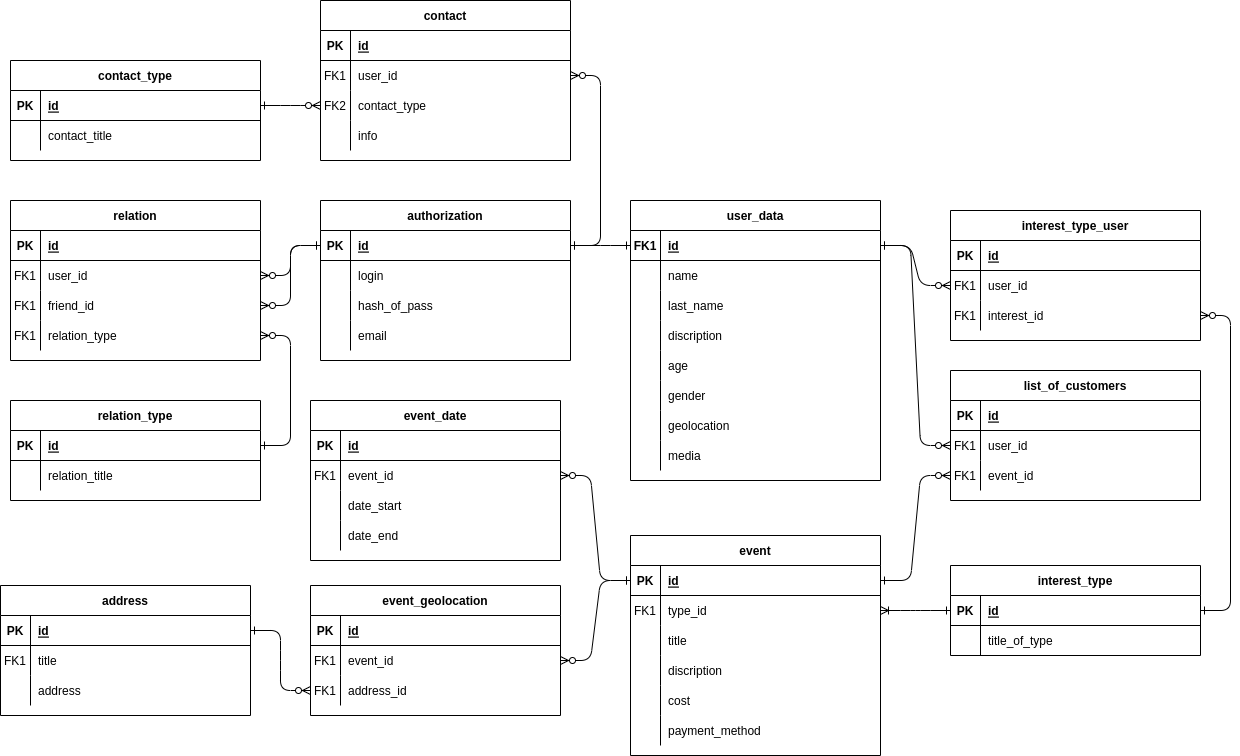
Earlier version of the draw.io export dataAboutDB/DBForInternship.drawio.png (krilop/PFP-PeopleForPeople). Source tidied: cells renumbered, new cells last; positions are measured from the earlier drawing's top-left corner, leaving out a move shared by most shapes.
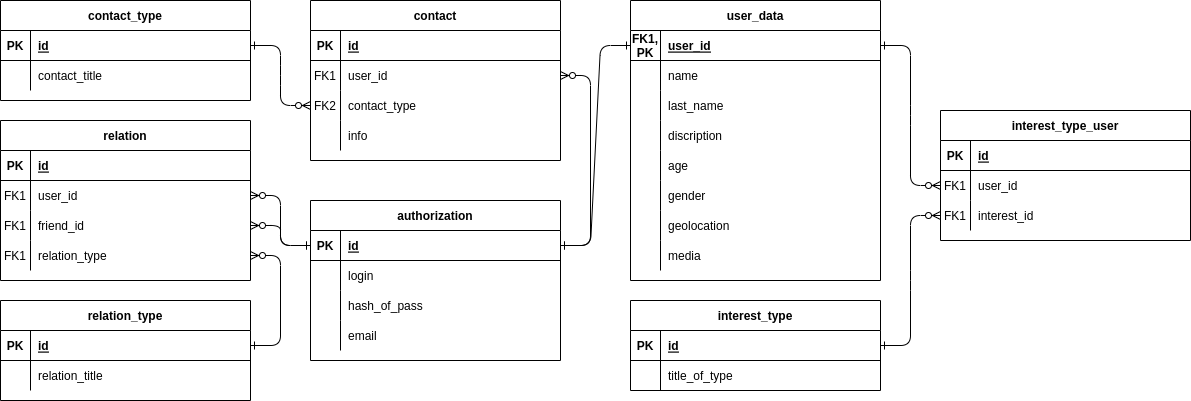
Above is the later version.

Diff of the diagram source:
```diff
@@ -8,3 +8,3 @@
     <mxCell id="3" value="interest_type_user" style="shape=table;startSize=30;rowLines=0;fontStyle=1;align=center;" parent="1" vertex="1">
-      <mxGeometry x="950" y="210" width="250" height="130" as="geometry" />
+      <mxGeometry x="950" y="110" width="250" height="130" as="geometry" />
     </mxCell>
@@ -77,3 +77,3 @@
     <mxCell id="26" value="interest_type" style="shape=table;startSize=30;rowLines=0;fontStyle=1;align=center;" parent="1" vertex="1">
-      <mxGeometry x="950" y="565" width="250" height="90" as="geometry" />
+      <mxGeometry x="640" y="300" width="250" height="90" as="geometry" />
     </mxCell>
@@ -97,61 +97,4 @@
     </mxCell>
-    <mxCell id="33" value="event" style="shape=table;startSize=30;rowLines=0;fontStyle=1;align=center;" parent="1" vertex="1">
-      <mxGeometry x="630" y="535" width="250" height="220" as="geometry" />
-    </mxCell>
-    <mxCell id="34" style="shape=partialRectangle;fillColor=none;points=[[0,0.5],[1,0.5]];portConstraint=eastwest;top=0;left=0;right=0;bottom=1;" parent="33" vertex="1">
-      <mxGeometry y="30" width="250" height="30" as="geometry" />
-    </mxCell>
-    <mxCell id="35" value="PK" style="shape=partialRectangle;overflow=hidden;fillColor=none;top=0;left=0;bottom=0;right=0;fontStyle=1;" parent="34" vertex="1">
-      <mxGeometry width="30" height="30" as="geometry" />
-    </mxCell>
-    <mxCell id="36" value="id" style="shape=partialRectangle;overflow=hidden;fillColor=none;top=0;left=0;bottom=0;right=0;align=left;spacingLeft=6;fontStyle=5;" parent="34" vertex="1">
-      <mxGeometry x="30" width="220" height="30" as="geometry" />
-    </mxCell>
-    <mxCell id="37" style="shape=partialRectangle;fillColor=none;points=[[0,0.5],[1,0.5]];portConstraint=eastwest;top=0;left=0;right=0;bottom=0;" parent="33" vertex="1">
-      <mxGeometry y="60" width="250" height="30" as="geometry" />
-    </mxCell>
-    <mxCell id="38" value="FK1" style="shape=partialRectangle;overflow=hidden;fillColor=none;top=0;left=0;bottom=0;right=0;" parent="37" vertex="1">
-      <mxGeometry width="30" height="30" as="geometry" />
-    </mxCell>
-    <mxCell id="39" value="type_id" style="shape=partialRectangle;overflow=hidden;fillColor=none;top=0;left=0;bottom=0;right=0;align=left;spacingLeft=6;" parent="37" vertex="1">
-      <mxGeometry x="30" width="220" height="30" as="geometry" />
-    </mxCell>
-    <mxCell id="40" style="shape=partialRectangle;fillColor=none;top=0;left=0;right=0;bottom=0;" parent="33" vertex="1">
-      <mxGeometry y="90" width="250" height="30" as="geometry" />
-    </mxCell>
-    <mxCell id="41" style="shape=partialRectangle;overflow=hidden;fillColor=none;top=0;left=0;bottom=0;right=0;" parent="40" vertex="1">
-      <mxGeometry width="30" height="30" as="geometry" />
-    </mxCell>
-    <mxCell id="42" value="title" style="shape=partialRectangle;overflow=hidden;fillColor=none;top=0;left=0;bottom=0;right=0;align=left;spacingLeft=6;" parent="40" vertex="1">
-      <mxGeometry x="30" width="220" height="30" as="geometry" />
-    </mxCell>
-    <mxCell id="43" style="shape=partialRectangle;fillColor=none;top=0;left=0;right=0;bottom=0;" parent="33" vertex="1">
-      <mxGeometry y="120" width="250" height="30" as="geometry" />
-    </mxCell>
-    <mxCell id="44" style="shape=partialRectangle;overflow=hidden;fillColor=none;top=0;left=0;bottom=0;right=0;" parent="43" vertex="1">
-      <mxGeometry width="30" height="30" as="geometry" />
-    </mxCell>
-    <mxCell id="45" value="discription" style="shape=partialRectangle;overflow=hidden;fillColor=none;top=0;left=0;bottom=0;right=0;align=left;spacingLeft=6;" parent="43" vertex="1">
-      <mxGeometry x="30" width="220" height="30" as="geometry" />
-    </mxCell>
-    <mxCell id="46" style="shape=partialRectangle;fillColor=none;top=0;left=0;right=0;bottom=0;" parent="33" vertex="1">
-      <mxGeometry y="150" width="250" height="30" as="geometry" />
-    </mxCell>
-    <mxCell id="47" style="shape=partialRectangle;overflow=hidden;fillColor=none;top=0;left=0;bottom=0;right=0;" parent="46" vertex="1">
-      <mxGeometry width="30" height="30" as="geometry" />
-    </mxCell>
-    <mxCell id="48" value="cost" style="shape=partialRectangle;overflow=hidden;fillColor=none;top=0;left=0;bottom=0;right=0;align=left;spacingLeft=6;" parent="46" vertex="1">
-      <mxGeometry x="30" width="220" height="30" as="geometry" />
-    </mxCell>
-    <mxCell id="49" style="shape=partialRectangle;fillColor=none;top=0;left=0;right=0;bottom=0;" parent="33" vertex="1">
-      <mxGeometry y="180" width="250" height="30" as="geometry" />
-    </mxCell>
-    <mxCell id="50" style="shape=partialRectangle;overflow=hidden;fillColor=none;top=0;left=0;bottom=0;right=0;" parent="49" vertex="1">
-      <mxGeometry width="30" height="30" as="geometry" />
-    </mxCell>
-    <mxCell id="51" value="payment_method" style="shape=partialRectangle;overflow=hidden;fillColor=none;top=0;left=0;bottom=0;right=0;align=left;spacingLeft=6;" parent="49" vertex="1">
-      <mxGeometry x="30" width="220" height="30" as="geometry" />
-    </mxCell>
     <mxCell id="52" value="relation" style="shape=table;startSize=30;rowLines=0;fontStyle=1;align=center;fillStyle=solid;" parent="1" vertex="1">
-      <mxGeometry x="10" y="200" width="250" height="160" as="geometry" />
+      <mxGeometry x="10" y="120" width="250" height="160" as="geometry" />
     </mxCell>
@@ -199,154 +142,3 @@
     </mxCell>
-    <mxCell id="67" value="list_of_customers" style="shape=table;startSize=30;rowLines=0;fontStyle=1;align=center;" parent="1" vertex="1">
-      <mxGeometry x="950" y="370" width="250" height="130" as="geometry" />
-    </mxCell>
-    <mxCell id="68" style="shape=partialRectangle;fillColor=none;top=0;left=0;right=0;bottom=1;" parent="67" vertex="1">
-      <mxGeometry y="30" width="250" height="30" as="geometry" />
-    </mxCell>
-    <mxCell id="69" value="PK" style="shape=partialRectangle;overflow=hidden;fillColor=none;top=0;left=0;bottom=0;right=0;fontStyle=1;" parent="68" vertex="1">
-      <mxGeometry width="30" height="30" as="geometry" />
-    </mxCell>
-    <mxCell id="70" value="id" style="shape=partialRectangle;overflow=hidden;fillColor=none;top=0;left=0;bottom=0;right=0;align=left;spacingLeft=6;fontStyle=5;" parent="68" vertex="1">
-      <mxGeometry x="30" width="220" height="30" as="geometry" />
-    </mxCell>
-    <mxCell id="71" style="shape=partialRectangle;fillColor=none;points=[[0,0.5],[1,0.5]];portConstraint=eastwest;top=0;left=0;right=0;bottom=0;" parent="67" vertex="1">
-      <mxGeometry y="60" width="250" height="30" as="geometry" />
-    </mxCell>
-    <mxCell id="72" value="FK1" style="shape=partialRectangle;overflow=hidden;fillColor=none;top=0;left=0;bottom=0;right=0;" parent="71" vertex="1">
-      <mxGeometry width="30" height="30" as="geometry" />
-    </mxCell>
-    <mxCell id="73" value="user_id" style="shape=partialRectangle;overflow=hidden;fillColor=none;top=0;left=0;bottom=0;right=0;align=left;spacingLeft=6;" parent="71" vertex="1">
-      <mxGeometry x="30" width="220" height="30" as="geometry" />
-    </mxCell>
-    <mxCell id="74" style="shape=partialRectangle;fillColor=none;points=[[0,0.5],[1,0.5]];portConstraint=eastwest;top=0;left=0;right=0;bottom=0;" parent="67" vertex="1">
-      <mxGeometry y="90" width="250" height="30" as="geometry" />
-    </mxCell>
-    <mxCell id="75" value="FK1" style="shape=partialRectangle;overflow=hidden;fillColor=none;top=0;left=0;bottom=0;right=0;" parent="74" vertex="1">
-      <mxGeometry width="30" height="30" as="geometry" />
-    </mxCell>
-    <mxCell id="76" value="event_id" style="shape=partialRectangle;overflow=hidden;fillColor=none;top=0;left=0;bottom=0;right=0;align=left;spacingLeft=6;" parent="74" vertex="1">
-      <mxGeometry x="30" width="220" height="30" as="geometry" />
-    </mxCell>
-    <mxCell id="77" style="edgeStyle=entityRelationEdgeStyle;rounded=1;jettySize=auto;html=1;exitX=1;exitY=0.5;exitDx=0;exitDy=0;entryX=0;entryY=0.5;entryDx=0;entryDy=0;strokeColor=default;align=center;verticalAlign=middle;fontFamily=Helvetica;fontSize=11;fontColor=default;labelBackgroundColor=default;startArrow=ERone;startFill=0;endArrow=ERzeroToMany;endFill=1;" parent="1" edge="1" source="139" target="71">
-      <mxGeometry relative="1" as="geometry" />
-    </mxCell>
-    <mxCell id="78" style="edgeStyle=entityRelationEdgeStyle;rounded=1;jettySize=auto;html=1;exitX=1;exitY=0.5;exitDx=0;exitDy=0;strokeColor=default;align=center;verticalAlign=middle;fontFamily=Helvetica;fontSize=11;fontColor=default;labelBackgroundColor=default;startArrow=ERone;startFill=0;endArrow=ERzeroToMany;endFill=1;entryX=0;entryY=0.5;entryDx=0;entryDy=0;" parent="1" edge="1" source="34" target="74">
-      <mxGeometry relative="1" as="geometry" />
-    </mxCell>
-    <mxCell id="79" style="edgeStyle=entityRelationEdgeStyle;rounded=1;jettySize=auto;html=1;exitX=1;exitY=0.5;exitDx=0;exitDy=0;entryX=0;entryY=0.5;entryDx=0;entryDy=0;strokeColor=default;align=center;verticalAlign=middle;fontFamily=Helvetica;fontSize=11;fontColor=default;labelBackgroundColor=default;startArrow=ERoneToMany;startFill=0;endArrow=ERone;endFill=0;" parent="1" edge="1" source="37" target="27">
-      <mxGeometry relative="1" as="geometry">
-        <Array as="points">
-          <mxPoint x="640" y="650" />
-        </Array>
-      </mxGeometry>
-    </mxCell>
-    <mxCell id="80" value="event_date" style="shape=table;startSize=30;rowLines=0;fontStyle=1;align=center;" parent="1" vertex="1">
-      <mxGeometry x="310" y="400" width="250" height="160" as="geometry" />
-    </mxCell>
-    <mxCell id="81" style="shape=partialRectangle;fillColor=none;top=0;left=0;right=0;bottom=1;" parent="80" vertex="1">
-      <mxGeometry y="30" width="250" height="30" as="geometry" />
-    </mxCell>
-    <mxCell id="82" value="PK" style="shape=partialRectangle;overflow=hidden;fillColor=none;top=0;left=0;bottom=0;right=0;fontStyle=1;" parent="81" vertex="1">
-      <mxGeometry width="30" height="30" as="geometry" />
-    </mxCell>
-    <mxCell id="83" value="id" style="shape=partialRectangle;overflow=hidden;fillColor=none;top=0;left=0;bottom=0;right=0;align=left;spacingLeft=6;fontStyle=5;" parent="81" vertex="1">
-      <mxGeometry x="30" width="220" height="30" as="geometry" />
-    </mxCell>
-    <mxCell id="84" style="shape=partialRectangle;fillColor=none;points=[[0,0.5],[1,0.5]];portConstraint=eastwest;top=0;left=0;right=0;bottom=0;" parent="80" vertex="1">
-      <mxGeometry y="60" width="250" height="30" as="geometry" />
-    </mxCell>
-    <mxCell id="85" value="FK1" style="shape=partialRectangle;overflow=hidden;fillColor=none;top=0;left=0;bottom=0;right=0;" parent="84" vertex="1">
-      <mxGeometry width="30" height="30" as="geometry" />
-    </mxCell>
-    <mxCell id="86" value="event_id" style="shape=partialRectangle;overflow=hidden;fillColor=none;top=0;left=0;bottom=0;right=0;align=left;spacingLeft=6;" parent="84" vertex="1">
-      <mxGeometry x="30" width="220" height="30" as="geometry" />
-    </mxCell>
-    <mxCell id="87" style="shape=partialRectangle;fillColor=none;top=0;left=0;right=0;bottom=0;" parent="80" vertex="1">
-      <mxGeometry y="90" width="250" height="30" as="geometry" />
-    </mxCell>
-    <mxCell id="88" style="shape=partialRectangle;overflow=hidden;fillColor=none;top=0;left=0;bottom=0;right=0;" parent="87" vertex="1">
-      <mxGeometry width="30" height="30" as="geometry" />
-    </mxCell>
-    <mxCell id="89" value="date_start" style="shape=partialRectangle;overflow=hidden;fillColor=none;top=0;left=0;bottom=0;right=0;align=left;spacingLeft=6;" parent="87" vertex="1">
-      <mxGeometry x="30" width="220" height="30" as="geometry" />
-    </mxCell>
-    <mxCell id="90" style="shape=partialRectangle;fillColor=none;top=0;left=0;right=0;bottom=0;" parent="80" vertex="1">
-      <mxGeometry y="120" width="250" height="30" as="geometry" />
-    </mxCell>
-    <mxCell id="91" style="shape=partialRectangle;overflow=hidden;fillColor=none;top=0;left=0;bottom=0;right=0;" parent="90" vertex="1">
-      <mxGeometry width="30" height="30" as="geometry" />
-    </mxCell>
-    <mxCell id="92" value="date_end" style="shape=partialRectangle;overflow=hidden;fillColor=none;top=0;left=0;bottom=0;right=0;align=left;spacingLeft=6;" parent="90" vertex="1">
-      <mxGeometry x="30" width="220" height="30" as="geometry" />
-    </mxCell>
-    <mxCell id="93" style="edgeStyle=entityRelationEdgeStyle;rounded=1;jettySize=auto;html=1;exitX=0;exitY=0.5;exitDx=0;exitDy=0;entryX=1;entryY=0.5;entryDx=0;entryDy=0;strokeColor=default;align=center;verticalAlign=middle;fontFamily=Helvetica;fontSize=11;fontColor=default;labelBackgroundColor=default;startArrow=ERone;startFill=0;endArrow=ERzeroToMany;endFill=1;" parent="1" edge="1" source="34" target="84">
-      <mxGeometry relative="1" as="geometry" />
-    </mxCell>
-    <mxCell id="94" value="event_geolocation" style="shape=table;startSize=30;rowLines=0;fontStyle=1;align=center;" parent="1" vertex="1">
-      <mxGeometry x="310" y="585" width="250" height="130" as="geometry" />
-    </mxCell>
-    <mxCell id="95" style="shape=partialRectangle;fillColor=none;top=0;left=0;right=0;bottom=1;" parent="94" vertex="1">
-      <mxGeometry y="30" width="250" height="30" as="geometry" />
-    </mxCell>
-    <mxCell id="96" value="PK" style="shape=partialRectangle;overflow=hidden;fillColor=none;top=0;left=0;bottom=0;right=0;fontStyle=1;" parent="95" vertex="1">
-      <mxGeometry width="30" height="30" as="geometry" />
-    </mxCell>
-    <mxCell id="97" value="id" style="shape=partialRectangle;overflow=hidden;fillColor=none;top=0;left=0;bottom=0;right=0;align=left;spacingLeft=6;fontStyle=5;" parent="95" vertex="1">
-      <mxGeometry x="30" width="220" height="30" as="geometry" />
-    </mxCell>
-    <mxCell id="98" style="shape=partialRectangle;fillColor=none;points=[[0,0.5],[1,0.5]];portConstraint=eastwest;top=0;left=0;right=0;bottom=0;" parent="94" vertex="1">
-      <mxGeometry y="60" width="250" height="30" as="geometry" />
-    </mxCell>
-    <mxCell id="99" value="FK1" style="shape=partialRectangle;overflow=hidden;fillColor=none;top=0;left=0;bottom=0;right=0;" parent="98" vertex="1">
-      <mxGeometry width="30" height="30" as="geometry" />
-    </mxCell>
-    <mxCell id="100" value="event_id" style="shape=partialRectangle;overflow=hidden;fillColor=none;top=0;left=0;bottom=0;right=0;align=left;spacingLeft=6;" parent="98" vertex="1">
-      <mxGeometry x="30" width="220" height="30" as="geometry" />
-    </mxCell>
-    <mxCell id="101" style="shape=partialRectangle;fillColor=none;points=[[0,0.5],[1,0.5]];portConstraint=eastwest;top=0;left=0;right=0;bottom=0;" parent="94" vertex="1">
-      <mxGeometry y="90" width="250" height="30" as="geometry" />
-    </mxCell>
-    <mxCell id="102" value="FK1" style="shape=partialRectangle;overflow=hidden;fillColor=none;top=0;left=0;bottom=0;right=0;" parent="101" vertex="1">
-      <mxGeometry width="30" height="30" as="geometry" />
-    </mxCell>
-    <mxCell id="103" value="address_id" style="shape=partialRectangle;overflow=hidden;fillColor=none;top=0;left=0;bottom=0;right=0;align=left;spacingLeft=6;" parent="101" vertex="1">
-      <mxGeometry x="30" width="220" height="30" as="geometry" />
-    </mxCell>
-    <mxCell id="104" style="edgeStyle=entityRelationEdgeStyle;rounded=1;jettySize=auto;html=1;exitX=0;exitY=0.5;exitDx=0;exitDy=0;entryX=1;entryY=0.5;entryDx=0;entryDy=0;strokeColor=default;align=center;verticalAlign=middle;fontFamily=Helvetica;fontSize=11;fontColor=default;labelBackgroundColor=default;startArrow=ERone;startFill=0;endArrow=ERzeroToMany;endFill=1;" parent="1" edge="1" source="34" target="98">
-      <mxGeometry relative="1" as="geometry" />
-    </mxCell>
-    <mxCell id="105" value="address" style="shape=table;startSize=30;rowLines=0;fontStyle=1;align=center;" parent="1" vertex="1">
-      <mxGeometry y="585" width="250" height="130" as="geometry" />
-    </mxCell>
-    <mxCell id="106" style="shape=partialRectangle;fillColor=none;points=[[0,0.5],[1,0.5]];portConstraint=eastwest;top=0;left=0;right=0;bottom=1;" parent="105" vertex="1">
-      <mxGeometry y="30" width="250" height="30" as="geometry" />
-    </mxCell>
-    <mxCell id="107" value="PK" style="shape=partialRectangle;overflow=hidden;fillColor=none;top=0;left=0;bottom=0;right=0;fontStyle=1;" parent="106" vertex="1">
-      <mxGeometry width="30" height="30" as="geometry" />
-    </mxCell>
-    <mxCell id="108" value="id" style="shape=partialRectangle;overflow=hidden;fillColor=none;top=0;left=0;bottom=0;right=0;align=left;spacingLeft=6;fontStyle=5;" parent="106" vertex="1">
-      <mxGeometry x="30" width="220" height="30" as="geometry" />
-    </mxCell>
-    <mxCell id="109" style="shape=partialRectangle;fillColor=none;top=0;left=0;right=0;bottom=0;" parent="105" vertex="1">
-      <mxGeometry y="60" width="250" height="30" as="geometry" />
-    </mxCell>
-    <mxCell id="110" value="FK1" style="shape=partialRectangle;overflow=hidden;fillColor=none;top=0;left=0;bottom=0;right=0;" parent="109" vertex="1">
-      <mxGeometry width="30" height="30" as="geometry" />
-    </mxCell>
-    <mxCell id="111" value="title" style="shape=partialRectangle;overflow=hidden;fillColor=none;top=0;left=0;bottom=0;right=0;align=left;spacingLeft=6;" parent="109" vertex="1">
-      <mxGeometry x="30" width="220" height="30" as="geometry" />
-    </mxCell>
-    <mxCell id="112" style="shape=partialRectangle;fillColor=none;top=0;left=0;right=0;bottom=0;" parent="105" vertex="1">
-      <mxGeometry y="90" width="250" height="30" as="geometry" />
-    </mxCell>
-    <mxCell id="113" style="shape=partialRectangle;overflow=hidden;fillColor=none;top=0;left=0;bottom=0;right=0;" parent="112" vertex="1">
-      <mxGeometry width="30" height="30" as="geometry" />
-    </mxCell>
-    <mxCell id="114" value="address" style="shape=partialRectangle;overflow=hidden;fillColor=none;top=0;left=0;bottom=0;right=0;align=left;spacingLeft=6;" parent="112" vertex="1">
-      <mxGeometry x="30" width="220" height="30" as="geometry" />
-    </mxCell>
-    <mxCell id="115" style="edgeStyle=entityRelationEdgeStyle;rounded=1;jettySize=auto;html=1;exitX=1;exitY=0.5;exitDx=0;exitDy=0;entryX=0;entryY=0.5;entryDx=0;entryDy=0;strokeColor=default;align=center;verticalAlign=middle;fontFamily=Helvetica;fontSize=11;fontColor=default;labelBackgroundColor=default;startArrow=ERone;startFill=0;endArrow=ERzeroToMany;endFill=1;" parent="1" edge="1" source="106" target="101">
-      <mxGeometry relative="1" as="geometry" />
-    </mxCell>
-    <mxCell id="116" style="edgeStyle=entityRelationEdgeStyle;rounded=1;jettySize=auto;html=1;exitX=1;exitY=0.5;exitDx=0;exitDy=0;entryX=1;entryY=0.5;entryDx=0;entryDy=0;strokeColor=default;align=center;verticalAlign=middle;fontFamily=Helvetica;fontSize=11;fontColor=default;labelBackgroundColor=default;startArrow=ERone;startFill=0;endArrow=ERzeroToMany;endFill=1;" parent="1" edge="1" source="27" target="10">
+    <mxCell id="116" style="edgeStyle=entityRelationEdgeStyle;rounded=1;jettySize=auto;html=1;exitX=1;exitY=0.5;exitDx=0;exitDy=0;entryX=0;entryY=0.5;entryDx=0;entryDy=0;strokeColor=default;align=center;verticalAlign=middle;fontFamily=Helvetica;fontSize=11;fontColor=default;labelBackgroundColor=default;startArrow=ERone;startFill=0;endArrow=ERzeroToMany;endFill=1;" parent="1" edge="1" source="27" target="10">
       <mxGeometry relative="1" as="geometry" />
@@ -396,3 +188,3 @@
     <mxCell id="131" value="relation_type" style="shape=table;startSize=30;rowLines=0;fontStyle=1;align=center;fillStyle=solid;" parent="1" vertex="1">
-      <mxGeometry x="10" y="400" width="250" height="100" as="geometry" />
+      <mxGeometry x="10" y="300" width="250" height="100" as="geometry" />
     </mxCell>
@@ -417,3 +209,3 @@
     <mxCell id="138" value="user_data" style="shape=table;startSize=30;rowLines=0;fontStyle=1;align=center;fillStyle=solid;" parent="1" vertex="1">
-      <mxGeometry x="630" y="200" width="250" height="280" as="geometry" />
+      <mxGeometry x="640" width="250" height="280" as="geometry" />
     </mxCell>
@@ -422,6 +214,6 @@
     </mxCell>
-    <mxCell id="140" value="FK1" style="shape=partialRectangle;overflow=hidden;fillColor=none;top=0;left=0;bottom=0;right=0;fontStyle=1;" parent="139" vertex="1">
+    <mxCell id="140" value="FK1,&#10;PK" style="shape=partialRectangle;overflow=hidden;fillColor=none;top=0;left=0;bottom=0;right=0;fontStyle=1;" parent="139" vertex="1">
       <mxGeometry width="30" height="30" as="geometry" />
     </mxCell>
-    <mxCell id="141" value="id" style="shape=partialRectangle;overflow=hidden;fillColor=none;top=0;left=0;bottom=0;right=0;align=left;spacingLeft=6;fontStyle=5;" parent="139" vertex="1">
+    <mxCell id="141" value="user_id" style="shape=partialRectangle;overflow=hidden;fillColor=none;top=0;left=0;bottom=0;right=0;align=left;spacingLeft=6;fontStyle=5;" parent="139" vertex="1">
       <mxGeometry x="30" width="220" height="30" as="geometry" />
@@ -495,3 +287,3 @@
     <mxCell id="164" value="contact_type" style="shape=table;startSize=30;rowLines=0;fontStyle=1;align=center;fillStyle=solid;" parent="1" vertex="1">
-      <mxGeometry x="10" y="60" width="250" height="100" as="geometry" />
+      <mxGeometry x="10" width="250" height="100" as="geometry" />
     </mxCell>
```
